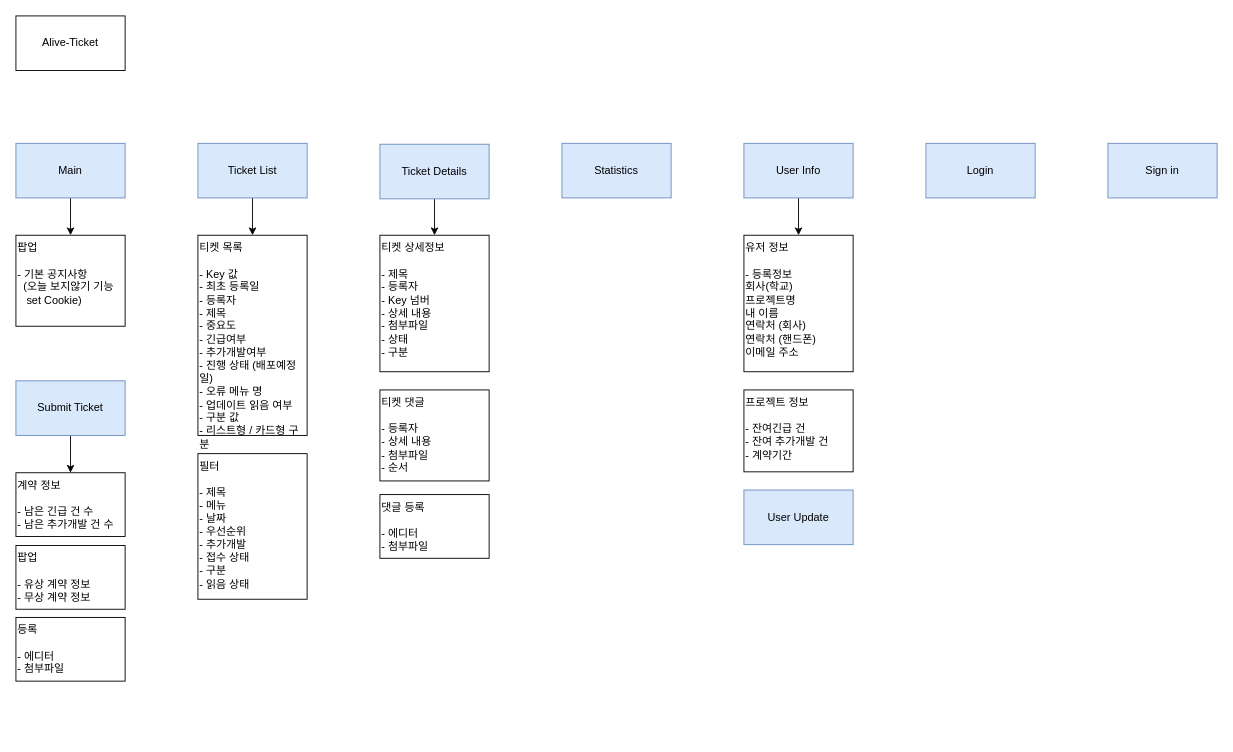
This is alive-ticket-flow.drawio from HAR00N/draw.io, a draw.io file, before an edit. Source tidied: cells renumbered, new cells numbered last; positions are measured from the earlier drawing's top-left corner, leaving out a move shared by most shapes. Both pictures are drawn from the tidied source at 91%, with x=0, y=0 at pixel (15, 15).
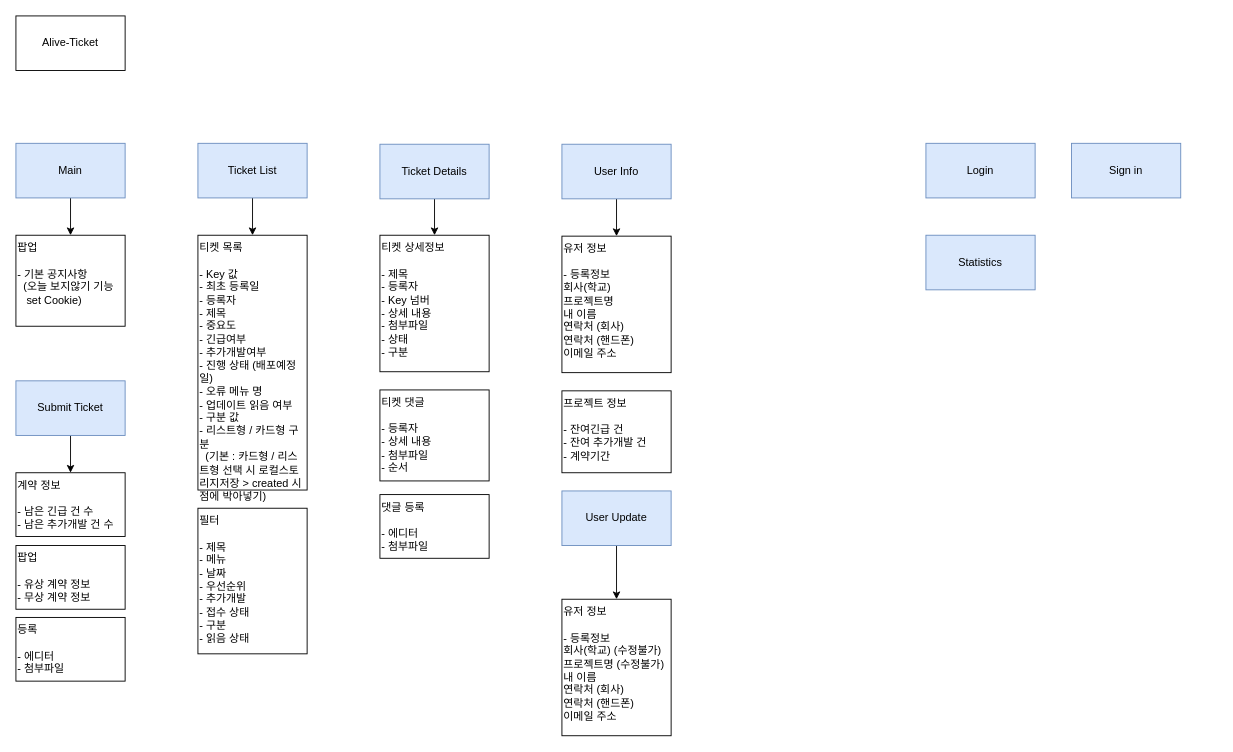
After the change.

The edit, as a diff of the source:
```diff
@@
     <mxCell id="9" value="Statistics" style="whiteSpace=wrap;html=1;rounded=0;fillColor=#dae8fc;strokeColor=#6c8ebf;" parent="1" vertex="1">
-      <mxGeometry x="600" y="140" width="120" height="60" as="geometry" />
+      <mxGeometry x="1000" y="241" width="120" height="60" as="geometry" />
     </mxCell>
@@
     <mxCell id="11" value="User Info" style="whiteSpace=wrap;html=1;rounded=0;fillColor=#dae8fc;strokeColor=#6c8ebf;" parent="1" vertex="1">
-      <mxGeometry x="800" y="140" width="120" height="60" as="geometry" />
+      <mxGeometry x="600" y="141" width="120" height="60" as="geometry" />
     </mxCell>
@@
     <mxCell id="13" value="Sign in" style="whiteSpace=wrap;html=1;rounded=0;fillColor=#dae8fc;strokeColor=#6c8ebf;" parent="1" vertex="1">
-      <mxGeometry x="1200" y="140" width="120" height="60" as="geometry" />
+      <mxGeometry x="1160" y="140" width="120" height="60" as="geometry" />
     </mxCell>
@@
+    <mxCell id="28" style="edgeStyle=orthogonalEdgeStyle;rounded=0;jettySize=auto;html=1;" parent="1" edge="1" source="16" target="29">
+      <mxGeometry relative="1" as="geometry" />
+    </mxCell>
     <mxCell id="16" value="User Update" style="whiteSpace=wrap;html=1;rounded=0;fillColor=#dae8fc;strokeColor=#6c8ebf;" parent="1" vertex="1">
-      <mxGeometry x="800" y="521" width="120" height="60" as="geometry" />
+      <mxGeometry x="600" y="522" width="120" height="60" as="geometry" />
     </mxCell>
@@
-    <mxCell id="19" value="티켓 목록&lt;br&gt;&lt;br&gt;- Key 값&lt;br&gt;- 최초 등록일&lt;br&gt;- 등록자&lt;br&gt;- 제목&lt;br&gt;- 중요도&lt;br&gt;- 긴급여부&lt;br&gt;- 추가개발여부&lt;br&gt;- 진행 상태 (배포예정일)&lt;br&gt;- 오류 메뉴 명&lt;br&gt;- 업데이트 읽음 여부&lt;br&gt;- 구분 값&lt;br&gt;- 리스트형 / 카드형 구분" style="rounded=0;whiteSpace=wrap;html=1;align=left;verticalAlign=top;" parent="1" vertex="1">
-      <mxGeometry x="200" y="241" width="120" height="220" as="geometry" />
+    <mxCell id="19" value="티켓 목록&lt;br&gt;&lt;br&gt;- Key 값&lt;br&gt;- 최초 등록일&lt;br&gt;- 등록자&lt;br&gt;- 제목&lt;br&gt;- 중요도&lt;br&gt;- 긴급여부&lt;br&gt;- 추가개발여부&lt;br&gt;- 진행 상태 (배포예정일)&lt;br&gt;- 오류 메뉴 명&lt;br&gt;- 업데이트 읽음 여부&lt;br&gt;- 구분 값&lt;br&gt;- 리스트형 / 카드형 구분&lt;br&gt;&amp;nbsp; (기본 : 카드형 / 리스트형 선택 시 로컬스토리지저장 &amp;gt; created 시점에 박아넣기)" style="rounded=0;whiteSpace=wrap;html=1;align=left;verticalAlign=top;" parent="1" vertex="1">
+      <mxGeometry x="200" y="241" width="120" height="280" as="geometry" />
     </mxCell>
@@
     <mxCell id="21" value="필터&lt;br&gt;&lt;br&gt;- 제목&lt;br&gt;- 메뉴&lt;br&gt;- 날짜&lt;br&gt;- 우선순위&lt;br&gt;- 추가개발&lt;br&gt;- 접수 상태&lt;br&gt;- 구분&lt;br&gt;- 읽음 상태" style="rounded=0;whiteSpace=wrap;html=1;align=left;verticalAlign=top;" parent="1" vertex="1">
-      <mxGeometry x="200" y="481" width="120" height="160" as="geometry" />
+      <mxGeometry x="200" y="541" width="120" height="160" as="geometry" />
     </mxCell>
@@
     <mxCell id="26" value="유저 정보&lt;br&gt;&lt;br&gt;- 등록정보&lt;br&gt;회사(학교)&lt;br&gt;프로젝트명&lt;br&gt;내 이름&lt;br&gt;연락처 (회사)&lt;br&gt;연락처 (핸드폰)&lt;br&gt;이메일 주소" style="whiteSpace=wrap;html=1;rounded=0;align=left;verticalAlign=top;" parent="1" vertex="1">
-      <mxGeometry x="800" y="241" width="120" height="150" as="geometry" />
+      <mxGeometry x="600" y="242" width="120" height="150" as="geometry" />
     </mxCell>
     <mxCell id="27" value="프로젝트 정보&lt;br&gt;&lt;br&gt;- 잔여긴급 건&lt;br&gt;- 잔여 추가개발 건&lt;br&gt;- 계약기간" style="whiteSpace=wrap;html=1;rounded=0;align=left;verticalAlign=top;" parent="1" vertex="1">
-      <mxGeometry x="800" y="411" width="120" height="90" as="geometry" />
+      <mxGeometry x="600" y="412" width="120" height="90" as="geometry" />
     </mxCell>
+    <mxCell id="29" value="유저 정보&lt;br&gt;&lt;br&gt;- 등록정보&amp;nbsp;&lt;br&gt;회사(학교) (수정불가)&lt;br&gt;프로젝트명 (수정불가)&lt;br&gt;내 이름&lt;br&gt;연락처 (회사)&lt;br&gt;연락처 (핸드폰)&lt;br&gt;이메일 주소" style="whiteSpace=wrap;html=1;rounded=0;align=left;verticalAlign=top;" parent="1" vertex="1">
+      <mxGeometry x="600" y="641" width="120" height="150" as="geometry" />
+    </mxCell>
```
